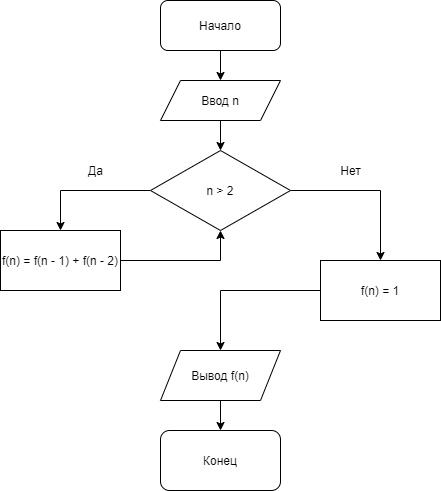
Earlier version of the draw.io export Untitled Diagram.drawio.png (xcmdx/zxc). Source tidied: cells renumbered, new cells last; positions are measured from the earlier drawing's top-left corner, leaving out a move shared by most shapes.
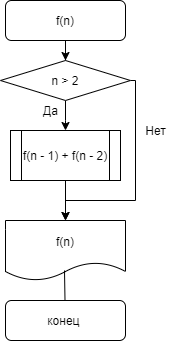
Later version of the same file.

The edit, as a diff of the source:
```diff
@@ -2,71 +2,67 @@
   <root>
     <mxCell id="0" />
     <mxCell id="1" parent="0" />
-    <mxCell id="2" style="edgeStyle=orthogonalEdgeStyle;rounded=0;jettySize=auto;html=1;" parent="1" edge="1" source="3">
-      <mxGeometry relative="1" as="geometry">
-        <mxPoint x="220" y="80" as="targetPoint" />
-      </mxGeometry>
-    </mxCell>
-    <mxCell id="3" value="Начало" style="rounded=1;whiteSpace=wrap;html=1;" parent="1" vertex="1">
-      <mxGeometry x="160" width="120" height="50" as="geometry" />
-    </mxCell>
-    <mxCell id="4" style="edgeStyle=orthogonalEdgeStyle;rounded=0;jettySize=auto;html=1;exitX=0.5;exitY=1;exitDx=0;exitDy=0;" parent="1" edge="1" source="5">
-      <mxGeometry relative="1" as="geometry">
-        <mxPoint x="220" y="150" as="targetPoint" />
-      </mxGeometry>
-    </mxCell>
-    <mxCell id="5" value="Ввод n" style="shape=parallelogram;perimeter=parallelogramPerimeter;whiteSpace=wrap;html=1;fixedSize=1;" parent="1" vertex="1">
-      <mxGeometry x="160" y="80" width="120" height="40" as="geometry" />
-    </mxCell>
-    <mxCell id="6" style="edgeStyle=orthogonalEdgeStyle;rounded=0;jettySize=auto;html=1;entryX=0.5;entryY=0;entryDx=0;entryDy=0;" parent="1" edge="1" source="8" target="14">
-      <mxGeometry relative="1" as="geometry">
-        <Array as="points">
-          <mxPoint x="380" y="190" />
-        </Array>
-      </mxGeometry>
-    </mxCell>
-    <mxCell id="7" style="edgeStyle=orthogonalEdgeStyle;rounded=0;jettySize=auto;html=1;" parent="1" edge="1" source="8">
-      <mxGeometry relative="1" as="geometry">
-        <mxPoint x="60" y="230" as="targetPoint" />
-        <Array as="points">
-          <mxPoint x="60" y="190" />
-          <mxPoint x="60" y="190" />
-        </Array>
-      </mxGeometry>
-    </mxCell>
+    <mxCell id="18" style="edgeStyle=orthogonalEdgeStyle;rounded=0;jettySize=auto;html=1;" parent="1" edge="1" source="19">
+      <mxGeometry relative="1" as="geometry">
+        <mxPoint x="230" y="80" as="targetPoint" />
+      </mxGeometry>
+    </mxCell>
+    <mxCell id="19" value="f(n)" style="rounded=1;whiteSpace=wrap;html=1;" parent="1" vertex="1">
+      <mxGeometry x="170" y="20" width="120" height="40" as="geometry" />
+    </mxCell>
+    <mxCell id="20" style="edgeStyle=orthogonalEdgeStyle;rounded=0;orthogonalLoop=1;jettySize=auto;html=1;exitX=0.5;exitY=1;exitDx=0;exitDy=0;" parent="1" edge="1" source="19" target="19">
+      <mxGeometry relative="1" as="geometry" />
+    </mxCell>
+    <mxCell id="21" style="edgeStyle=orthogonalEdgeStyle;rounded=0;jettySize=auto;html=1;exitX=1;exitY=0.5;exitDx=0;exitDy=0;" parent="1" edge="1" source="8">
+      <mxGeometry relative="1" as="geometry">
+        <mxPoint x="230" y="240" as="targetPoint" />
+        <Array as="points">
+          <mxPoint x="300" y="100" />
+          <mxPoint x="300" y="220" />
+          <mxPoint x="230" y="220" />
+        </Array>
+      </mxGeometry>
+    </mxCell>
+    <mxCell id="22" style="edgeStyle=orthogonalEdgeStyle;rounded=0;jettySize=auto;html=1;" parent="1" edge="1" source="8">
+      <mxGeometry relative="1" as="geometry">
+        <mxPoint x="230" y="150" as="targetPoint" />
+        <Array as="points">
+          <mxPoint x="230" y="140" />
+          <mxPoint x="230" y="140" />
+        </Array>
+      </mxGeometry>
+    </mxCell>
     <mxCell id="8" value="n &amp;gt; 2" style="rhombus;whiteSpace=wrap;html=1;" parent="1" vertex="1">
-      <mxGeometry x="150" y="150" width="140" height="80" as="geometry" />
+      <mxGeometry x="165" y="80" width="130" height="40" as="geometry" />
     </mxCell>
+    <mxCell id="10" value="Да" style="text;html=1;align=center;verticalAlign=middle;strokeColor=none;fillColor=none;" parent="1" vertex="1">
+      <mxGeometry x="200" y="120" width="30" height="20" as="geometry" />
+    </mxCell>
     <mxCell id="9" value="Нет" style="text;html=1;align=center;verticalAlign=middle;strokeColor=none;fillColor=none;" parent="1" vertex="1">
-      <mxGeometry x="330" y="160" width="40" height="20" as="geometry" />
+      <mxGeometry x="300" y="140" width="40" height="20" as="geometry" />
     </mxCell>
-    <mxCell id="10" value="Да" style="text;html=1;align=center;verticalAlign=middle;strokeColor=none;fillColor=none;" parent="1" vertex="1">
-      <mxGeometry x="80" y="160" width="30" height="20" as="geometry" />
-    </mxCell>
-    <mxCell id="11" style="edgeStyle=orthogonalEdgeStyle;rounded=0;jettySize=auto;html=1;entryX=0.5;entryY=1;entryDx=0;entryDy=0;" parent="1" edge="1" source="12" target="8">
-      <mxGeometry relative="1" as="geometry" />
-    </mxCell>
-    <mxCell id="12" value="f(n) = f(n - 1) + f(n - 2)" style="rounded=0;whiteSpace=wrap;html=1;" parent="1" vertex="1">
-      <mxGeometry y="230" width="120" height="60" as="geometry" />
-    </mxCell>
-    <mxCell id="13" style="edgeStyle=orthogonalEdgeStyle;rounded=0;jettySize=auto;html=1;" parent="1" edge="1" source="14">
-      <mxGeometry relative="1" as="geometry">
-        <mxPoint x="220" y="350" as="targetPoint" />
-      </mxGeometry>
-    </mxCell>
-    <mxCell id="14" value="f(n) = 1" style="rounded=0;whiteSpace=wrap;html=1;" parent="1" vertex="1">
-      <mxGeometry x="320" y="260" width="120" height="60" as="geometry" />
-    </mxCell>
-    <mxCell id="15" style="edgeStyle=orthogonalEdgeStyle;rounded=0;jettySize=auto;html=1;" parent="1" edge="1" source="16">
-      <mxGeometry relative="1" as="geometry">
-        <mxPoint x="220" y="430" as="targetPoint" />
-      </mxGeometry>
-    </mxCell>
-    <mxCell id="16" value="Вывод f(n)" style="shape=parallelogram;perimeter=parallelogramPerimeter;whiteSpace=wrap;html=1;fixedSize=1;" parent="1" vertex="1">
-      <mxGeometry x="160" y="350" width="120" height="50" as="geometry" />
-    </mxCell>
-    <mxCell id="17" value="Конец" style="rounded=1;whiteSpace=wrap;html=1;" parent="1" vertex="1">
-      <mxGeometry x="160" y="430" width="120" height="60" as="geometry" />
-    </mxCell>
+    <mxCell id="23" style="edgeStyle=orthogonalEdgeStyle;rounded=0;jettySize=auto;html=1;" parent="1" edge="1" source="24">
+      <mxGeometry relative="1" as="geometry">
+        <mxPoint x="230" y="240" as="targetPoint" />
+      </mxGeometry>
+    </mxCell>
+    <mxCell id="24" value="f(n - 1) + f(n - 2)" style="shape=process;whiteSpace=wrap;html=1;backgroundOutline=1;" parent="1" vertex="1">
+      <mxGeometry x="175" y="150" width="110" height="50" as="geometry" />
+    </mxCell>
+    <mxCell id="25" value="f(n)" style="shape=document;whiteSpace=wrap;html=1;boundedLbl=1;" parent="1" vertex="1">
+      <mxGeometry x="170" y="240" width="120" height="60" as="geometry" />
+    </mxCell>
+    <mxCell id="26" style="endArrow=none;html=1;" parent="1" edge="1">
+      <mxGeometry relative="1" as="geometry">
+        <mxPoint x="229.5" y="320" as="sourcePoint" />
+        <mxPoint x="229" y="290" as="targetPoint" />
+        <Array as="points">
+          <mxPoint x="229.5" y="320" />
+        </Array>
+      </mxGeometry>
+    </mxCell>
+    <mxCell id="27" value="конец&amp;nbsp;" style="rounded=1;whiteSpace=wrap;html=1;" parent="1" vertex="1">
+      <mxGeometry x="170" y="320" width="120" height="40" as="geometry" />
+    </mxCell>
   </root>
 </mxGraphModel>
```
